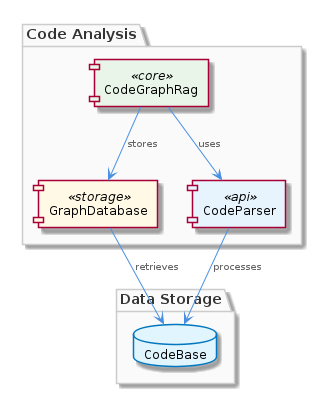
Earlier version of the PlantUML export .data/knowledge-graph/insights/images/code-graph-rag-architecture.png (fwornle/coding). Its source is kept beside it as .data/knowledge-graph/insights/puml/code-graph-rag-architecture.puml. Source of this version:
```plantuml
@startuml
!include /coding/docs/puml/_standard-style.puml

package "Code Analysis" {
  component "CodeGraphRag" as cgr <<core>>
  component "GraphDatabase" as gd <<storage>>
  component "CodeParser" as cp <<api>>
}

package "Data Storage" {
  database "CodeBase" as cb
}

cgr --> gd : stores
cgr --> cp : uses
cp --> cb : processes
gd --> cb : retrieves

@enduml
```
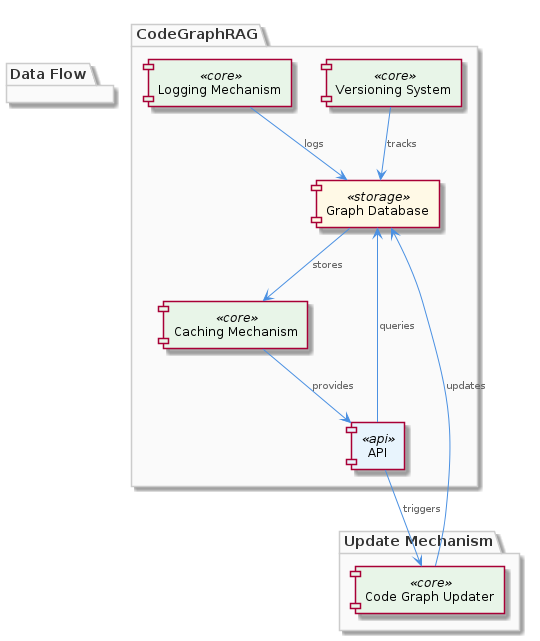
The same file after the commit.

Diff of the diagram source:
```diff
@@ -1,19 +1,27 @@
 @startuml
 !include /coding/docs/puml/_standard-style.puml
 
-package "Code Analysis" {
-  component "CodeGraphRag" as cgr <<core>>
-  component "GraphDatabase" as gd <<storage>>
-  component "CodeParser" as cp <<api>>
+package "CodeGraphRAG" {
+  component "Graph Database" as graphDB <<storage>>
+  component "Caching Mechanism" as cache <<core>>
+  component "API" as api <<api>>
+  component "Versioning System" as versioning <<core>>
+  component "Logging Mechanism" as logging <<core>>
 }
 
-package "Data Storage" {
-  database "CodeBase" as cb
+package "Data Flow" {
+  graphDB --> cache : stores
+  cache --> api : provides
+  api --> graphDB : queries
+  versioning --> graphDB : tracks
+  logging --> graphDB : logs
 }
 
-cgr --> gd : stores
-cgr --> cp : uses
-cp --> cb : processes
-gd --> cb : retrieves
+package "Update Mechanism" {
+  component "Code Graph Updater" as updater <<core>>
+  updater --> graphDB : updates
+}
+
+api --> updater : triggers
 
 @enduml
```
